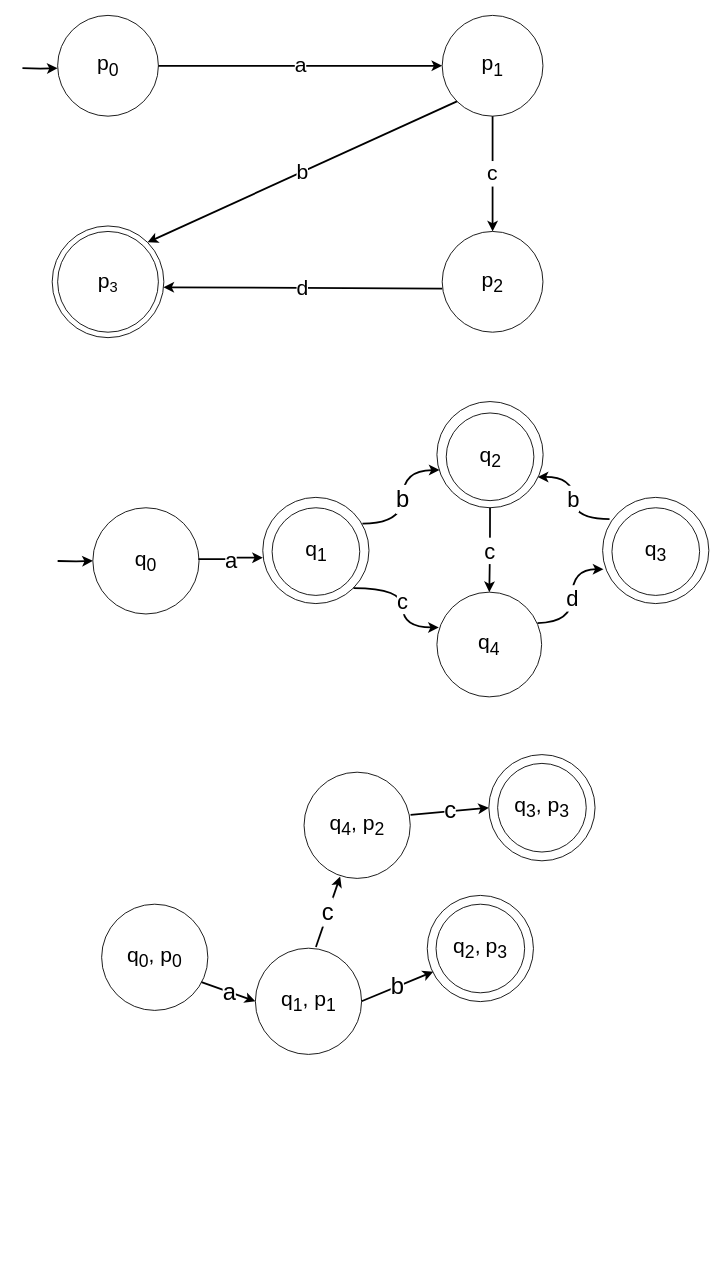
Before: thesisdrawing.drawio in olliglorioso/datasets, a draw.io diagram. Source tidied: cells renumbered, new cells numbered last; positions are measured from the earlier drawing's top-left corner, leaving out a move shared by most shapes. Both pictures are drawn from the tidied source at 88%, with x=0, y=0 at pixel (22, 15).
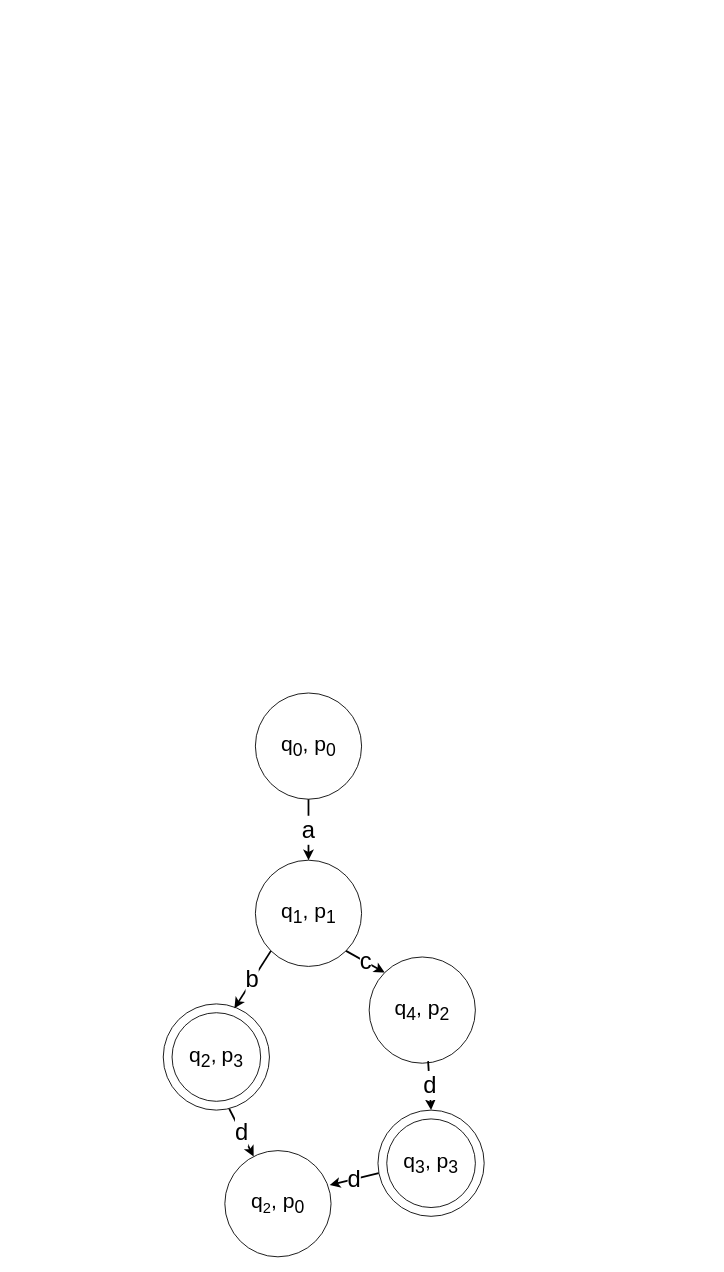
Above is the later version.

Change to the diagram source:
```diff
@@
+    <mxCell id="14" style="group;" parent="1" vertex="1">
+      <mxGeometry x="80" y="440" width="700" height="450.7" as="geometry" />
+    </mxCell>
+    <mxCell id="33" value="&lt;span style=&quot;font-size: 24px;&quot;&gt;q&lt;sub&gt;0&lt;/sub&gt;, p&lt;sub&gt;0&lt;/sub&gt;&lt;/span&gt;" style="ellipse;whiteSpace=wrap;html=1;" parent="14" vertex="1">
+      <mxGeometry x="184.7" y="330" width="120.7" height="120.7" as="geometry" />
+    </mxCell>
     <mxCell id="2" style="ellipse;whiteSpace=wrap;html=1;fillColor=none;" parent="1" vertex="1">
-      <mxGeometry x="470" y="1010" width="100.7" height="100.7" as="geometry" />
+      <mxGeometry x="170" y="1133.3" width="100.7" height="100.7" as="geometry" />
     </mxCell>
     <mxCell id="3" value="&lt;span style=&quot;font-size: 24px;&quot;&gt;q&lt;sub&gt;4&lt;/sub&gt;, p&lt;sub&gt;2&lt;br&gt;&lt;/sub&gt;&lt;/span&gt;" style="ellipse;whiteSpace=wrap;html=1;fillColor=none;" parent="1" vertex="1">
-      <mxGeometry x="320" y="860" width="120.7" height="120.7" as="geometry" />
+      <mxGeometry x="394" y="1070" width="120.7" height="120.7" as="geometry" />
     </mxCell>
-    <mxCell id="4" style="group;" parent="1" vertex="1">
-      <mxGeometry x="40" width="570" height="366.2" as="geometry" />
-    </mxCell>
-    <mxCell id="5" value="&lt;span style=&quot;font-size: 24px;&quot;&gt;p&lt;sub&gt;0&lt;/sub&gt;&lt;/span&gt;" style="ellipse;whiteSpace=wrap;html=1;" parent="4" vertex="1">
-      <mxGeometry width="114.5" height="114.5" as="geometry" />
-    </mxCell>
-    <mxCell id="6" value="&lt;span style=&quot;font-size: 24px;&quot;&gt;p&lt;sub&gt;1&lt;/sub&gt;&lt;/span&gt;" style="ellipse;whiteSpace=wrap;html=1;" parent="4" vertex="1">
-      <mxGeometry x="437" width="114.5" height="114.5" as="geometry" />
-    </mxCell>
-    <mxCell id="7" value="&lt;span style=&quot;font-size: 24px;&quot;&gt;p&lt;sub&gt;2&lt;/sub&gt;&lt;/span&gt;" style="ellipse;whiteSpace=wrap;html=1;" parent="4" vertex="1">
-      <mxGeometry x="437" y="245.5" width="114.5" height="114.5" as="geometry" />
-    </mxCell>
-    <mxCell id="8" value="&lt;span style=&quot;font-size: 24px;&quot;&gt;p&lt;/span&gt;&lt;span style=&quot;font-size: 20px;&quot;&gt;&lt;sub&gt;3&lt;/sub&gt;&lt;/span&gt;" style="ellipse;whiteSpace=wrap;html=1;" parent="4" vertex="1">
-      <mxGeometry y="245.5" width="114.5" height="114.5" as="geometry" />
-    </mxCell>
-    <mxCell id="9" value="&lt;font style=&quot;font-size: 24px;&quot;&gt;a&lt;/font&gt;" style="endArrow=classic;html=1;rounded=0;entryX=0;entryY=0.5;entryDx=0;entryDy=0;exitX=1;exitY=0.5;exitDx=0;exitDy=0;strokeWidth=2;startArrow=none;startFill=0;endFill=1;" parent="4" edge="1" source="5" target="6">
-      <mxGeometry relative="1" as="geometry" />
-    </mxCell>
-    <mxCell id="10" value="&lt;font style=&quot;font-size: 24px;&quot;&gt;d&lt;/font&gt;" style="endArrow=none;html=1;rounded=0;entryX=0;entryY=0.5;entryDx=0;entryDy=0;strokeWidth=2;startArrow=classic;startFill=1;exitX=0.996;exitY=0.549;exitDx=0;exitDy=0;exitPerimeter=0;" parent="4" edge="1" source="13">
-      <mxGeometry relative="1" as="geometry">
-        <mxPoint x="437" y="310.4" as="targetPoint" />
-      </mxGeometry>
-    </mxCell>
-    <mxCell id="11" value="&lt;font style=&quot;font-size: 24px;&quot;&gt;c&lt;/font&gt;" style="endArrow=none;html=1;rounded=0;entryX=0.5;entryY=1;entryDx=0;entryDy=0;exitX=0.5;exitY=0;exitDx=0;exitDy=0;strokeWidth=2;endFill=0;startArrow=classic;startFill=1;" parent="4" edge="1" source="7" target="6">
-      <mxGeometry relative="1" as="geometry" />
-    </mxCell>
-    <mxCell id="12" value="&lt;font style=&quot;font-size: 24px;&quot;&gt;b&lt;/font&gt;" style="endArrow=none;html=1;rounded=0;entryX=0;entryY=1;entryDx=0;entryDy=0;exitX=1;exitY=0;exitDx=0;exitDy=0;strokeWidth=2;startArrow=classic;startFill=1;" parent="4" edge="1" source="13" target="6">
-      <mxGeometry relative="1" as="geometry" />
-    </mxCell>
-    <mxCell id="13" style="ellipse;whiteSpace=wrap;html=1;fillColor=none;" parent="4" vertex="1">
-      <mxGeometry x="-6.2" y="239.3" width="126.9" height="126.9" as="geometry" />
-    </mxCell>
-    <mxCell id="14" style="group;" parent="1" vertex="1">
-      <mxGeometry x="80" y="440" width="700" height="350" as="geometry" />
-    </mxCell>
-    <mxCell id="15" value="&lt;span style=&quot;font-size: 24px;&quot;&gt;q&lt;sub&gt;0&lt;/sub&gt;&lt;/span&gt;" style="ellipse;whiteSpace=wrap;html=1;" parent="14" vertex="1">
-      <mxGeometry y="119.5" width="120.7" height="120.7" as="geometry" />
-    </mxCell>
-    <mxCell id="16" style="group;" parent="14" vertex="1">
-      <mxGeometry x="203.7" y="119.5" width="110.1" height="122.8" as="geometry" />
-    </mxCell>
-    <mxCell id="17" value="&lt;span style=&quot;font-size: 24px;&quot;&gt;q&lt;sub&gt;1&lt;/sub&gt;&lt;/span&gt;" style="ellipse;whiteSpace=wrap;html=1;strokeColor=default;strokeWidth=1;" parent="16" vertex="1">
-      <mxGeometry width="99.6" height="99.6" as="geometry" />
-    </mxCell>
-    <mxCell id="18" style="ellipse;whiteSpace=wrap;html=1;fillColor=none;" parent="14" vertex="1">
-      <mxGeometry x="193.1" y="107.7" width="120.7" height="120.7" as="geometry" />
-    </mxCell>
-    <mxCell id="19" style="group;" parent="14" vertex="1">
-      <mxGeometry x="401.6" y="11.8" width="110.1" height="122.8" as="geometry" />
-    </mxCell>
-    <mxCell id="20" value="&lt;span style=&quot;font-size: 24px;&quot;&gt;q&lt;sub&gt;2&lt;/sub&gt;&lt;/span&gt;" style="ellipse;whiteSpace=wrap;html=1;strokeColor=default;strokeWidth=1;" parent="19" vertex="1">
-      <mxGeometry width="99.6" height="99.6" as="geometry" />
-    </mxCell>
-    <mxCell id="21" style="ellipse;whiteSpace=wrap;html=1;fillColor=none;" parent="19" vertex="1">
-      <mxGeometry x="-10.6" y="-13" width="120.7" height="120.7" as="geometry" />
-    </mxCell>
-    <mxCell id="22" style="group;" parent="14" vertex="1">
-      <mxGeometry x="589.9" y="119.5" width="110.1" height="122.8" as="geometry" />
-    </mxCell>
-    <mxCell id="23" value="&lt;span style=&quot;font-size: 24px;&quot;&gt;q&lt;sub&gt;3&lt;/sub&gt;&lt;/span&gt;" style="ellipse;whiteSpace=wrap;html=1;strokeColor=default;strokeWidth=1;" parent="22" vertex="1">
-      <mxGeometry width="99.6" height="99.6" as="geometry" />
-    </mxCell>
-    <mxCell id="24" style="ellipse;whiteSpace=wrap;html=1;fillColor=none;" parent="22" vertex="1">
-      <mxGeometry x="-10.6" y="-11.8" width="120.7" height="120.7" as="geometry" />
-    </mxCell>
-    <mxCell id="25" value="&lt;span style=&quot;font-size: 24px;&quot;&gt;q&lt;sub&gt;4&lt;/sub&gt;&lt;/span&gt;" style="ellipse;whiteSpace=wrap;html=1;" parent="14" vertex="1">
-      <mxGeometry x="391" y="215.4" width="119" height="119" as="geometry" />
-    </mxCell>
-    <mxCell id="26" value="&lt;font style=&quot;font-size: 25px;&quot;&gt;c&lt;/font&gt;" style="edgeStyle=orthogonalEdgeStyle;rounded=0;jettySize=auto;html=1;exitX=1;exitY=1;exitDx=0;exitDy=0;entryX=0.018;entryY=0.337;entryDx=0;entryDy=0;entryPerimeter=0;strokeWidth=2;curved=1;" parent="14" edge="1" source="18" target="25">
-      <mxGeometry relative="1" as="geometry" />
-    </mxCell>
-    <mxCell id="27" value="&lt;font style=&quot;font-size: 25px;&quot;&gt;a&lt;/font&gt;" style="edgeStyle=orthogonalEdgeStyle;rounded=0;jettySize=auto;html=1;exitX=0.994;exitY=0.483;exitDx=0;exitDy=0;entryX=0.001;entryY=0.568;entryDx=0;entryDy=0;entryPerimeter=0;strokeWidth=2;exitPerimeter=0;" parent="14" edge="1" source="15" target="18">
-      <mxGeometry relative="1" as="geometry" />
-    </mxCell>
-    <mxCell id="28" value="&lt;font style=&quot;font-size: 27px;&quot;&gt;b&lt;/font&gt;" style="edgeStyle=orthogonalEdgeStyle;rounded=0;jettySize=auto;html=1;exitX=0.938;exitY=0.247;exitDx=0;exitDy=0;entryX=0.025;entryY=0.645;entryDx=0;entryDy=0;entryPerimeter=0;strokeWidth=2;exitPerimeter=0;curved=1;" parent="14" edge="1" source="18" target="21">
-      <mxGeometry relative="1" as="geometry" />
-    </mxCell>
-    <mxCell id="29" value="&lt;font style=&quot;font-size: 25px;&quot;&gt;c&lt;/font&gt;" style="edgeStyle=orthogonalEdgeStyle;rounded=0;jettySize=auto;html=1;exitX=0.5;exitY=1;exitDx=0;exitDy=0;entryX=0.5;entryY=0;entryDx=0;entryDy=0;strokeWidth=2;curved=1;" parent="14" edge="1" source="21" target="25">
-      <mxGeometry relative="1" as="geometry" />
-    </mxCell>
-    <mxCell id="30" value="&lt;font style=&quot;font-size: 25px;&quot;&gt;b&lt;/font&gt;" style="edgeStyle=orthogonalEdgeStyle;rounded=0;jettySize=auto;html=1;exitX=0.065;exitY=0.205;exitDx=0;exitDy=0;entryX=0.949;entryY=0.71;entryDx=0;entryDy=0;strokeWidth=2;exitPerimeter=0;entryPerimeter=0;curved=1;" parent="14" edge="1" source="24" target="21">
-      <mxGeometry relative="1" as="geometry" />
-    </mxCell>
-    <mxCell id="31" value="&lt;font style=&quot;font-size: 25px;&quot;&gt;d&lt;/font&gt;" style="edgeStyle=orthogonalEdgeStyle;rounded=0;jettySize=auto;html=1;exitX=0.96;exitY=0.295;exitDx=0;exitDy=0;entryX=0.008;entryY=0.676;entryDx=0;entryDy=0;strokeWidth=2;exitPerimeter=0;entryPerimeter=0;curved=1;" parent="14" edge="1" source="25" target="24">
-      <mxGeometry relative="1" as="geometry" />
-    </mxCell>
-    <mxCell id="32" style="edgeStyle=orthogonalEdgeStyle;rounded=0;jettySize=auto;html=1;entryX=0;entryY=0.5;entryDx=0;entryDy=0;strokeWidth=2;" parent="1" edge="1" target="15">
-      <mxGeometry relative="1" as="geometry">
-        <mxPoint x="40" y="620" as="sourcePoint" />
-      </mxGeometry>
-    </mxCell>
-    <mxCell id="33" value="&lt;span style=&quot;font-size: 24px;&quot;&gt;q&lt;sub&gt;0&lt;/sub&gt;, p&lt;sub&gt;0&lt;/sub&gt;&lt;/span&gt;" style="ellipse;whiteSpace=wrap;html=1;" parent="1" vertex="1">
-      <mxGeometry x="90" y="1010" width="120.7" height="120.7" as="geometry" />
-    </mxCell>
-    <mxCell id="34" style="edgeStyle=orthogonalEdgeStyle;rounded=0;orthogonalLoop=1;jettySize=auto;html=1;entryX=0;entryY=0.5;entryDx=0;entryDy=0;strokeWidth=2;" parent="1" edge="1">
-      <mxGeometry relative="1" as="geometry">
-        <mxPoint y="60" as="sourcePoint" />
-        <mxPoint x="40" y="60" as="targetPoint" />
-      </mxGeometry>
-    </mxCell>
     <mxCell id="35" value="&lt;span style=&quot;font-size: 24px;&quot;&gt;q&lt;sub&gt;1&lt;/sub&gt;, p&lt;sub&gt;1&lt;/sub&gt;&lt;/span&gt;" style="ellipse;whiteSpace=wrap;html=1;" parent="1" vertex="1">
-      <mxGeometry x="264.7" y="1060" width="120.7" height="120.7" as="geometry" />
+      <mxGeometry x="264.7" y="960" width="120.7" height="120.7" as="geometry" />
     </mxCell>
-    <mxCell id="36" value="&lt;font style=&quot;font-size: 27px;&quot;&gt;a&lt;/font&gt;" style="endArrow=classic;html=1;rounded=0;entryX=0;entryY=0.5;entryDx=0;entryDy=0;exitX=0.94;exitY=0.733;exitDx=0;exitDy=0;strokeWidth=2;startArrow=none;startFill=0;endFill=1;exitPerimeter=0;" parent="1" edge="1" source="33" target="35">
+    <mxCell id="36" value="&lt;font style=&quot;font-size: 27px;&quot;&gt;a&lt;/font&gt;" style="endArrow=classic;html=1;rounded=0;entryX=0.5;entryY=0;entryDx=0;entryDy=0;exitX=0.5;exitY=1;exitDx=0;exitDy=0;strokeWidth=2;startArrow=none;startFill=0;endFill=1;" parent="1" edge="1" source="33" target="35">
       <mxGeometry relative="1" as="geometry" />
     </mxCell>
     <mxCell id="37" value="&lt;span style=&quot;font-size: 24px;&quot;&gt;q&lt;sub&gt;2&lt;/sub&gt;,&lt;sub&gt; &lt;/sub&gt;p&lt;sub&gt;3&lt;/sub&gt;&lt;/span&gt;" style="ellipse;whiteSpace=wrap;html=1;fillColor=none;" parent="1" vertex="1">
-      <mxGeometry x="460" y="1000" width="120.7" height="120.7" as="geometry" />
+      <mxGeometry x="160" y="1123.3" width="120.7" height="120.7" as="geometry" />
     </mxCell>
-    <mxCell id="38" value="&lt;font style=&quot;font-size: 27px;&quot;&gt;b&lt;/font&gt;" style="endArrow=classic;html=1;rounded=0;entryX=0.057;entryY=0.718;entryDx=0;entryDy=0;exitX=1;exitY=0.5;exitDx=0;exitDy=0;strokeWidth=2;startArrow=none;startFill=0;endFill=1;entryPerimeter=0;" parent="1" edge="1" source="35" target="37">
+    <mxCell id="38" value="&lt;font style=&quot;font-size: 27px;&quot;&gt;b&lt;/font&gt;" style="endArrow=classic;html=1;rounded=0;exitX=0;exitY=1;exitDx=0;exitDy=0;strokeWidth=2;startArrow=none;startFill=0;endFill=1;entryX=0.67;entryY=0.041;entryDx=0;entryDy=0;entryPerimeter=0;" parent="1" edge="1" source="35" target="37">
       <mxGeometry relative="1" as="geometry" />
     </mxCell>
     <mxCell id="39" style="ellipse;whiteSpace=wrap;html=1;fillColor=none;" parent="1" vertex="1">
-      <mxGeometry x="540" y="850" width="100.7" height="100.7" as="geometry" />
+      <mxGeometry x="414" y="1254" width="100.7" height="100.7" as="geometry" />
     </mxCell>
     <mxCell id="40" value="&lt;span style=&quot;font-size: 24px;&quot;&gt;q&lt;sub&gt;3&lt;/sub&gt;, p&lt;sub&gt;3&lt;br&gt;&lt;/sub&gt;&lt;/span&gt;" style="ellipse;whiteSpace=wrap;html=1;fillColor=none;" parent="1" vertex="1">
-      <mxGeometry x="530" y="840" width="120.7" height="120.7" as="geometry" />
+      <mxGeometry x="404" y="1244" width="120.7" height="120.7" as="geometry" />
     </mxCell>
-    <mxCell id="41" value="&lt;font style=&quot;font-size: 27px;&quot;&gt;c&lt;br&gt;&lt;/font&gt;" style="endArrow=classic;html=1;rounded=0;exitX=0.57;exitY=-0.012;exitDx=0;exitDy=0;strokeWidth=2;startArrow=none;startFill=0;endFill=1;entryX=0.34;entryY=0.982;entryDx=0;entryDy=0;entryPerimeter=0;exitPerimeter=0;" parent="1" edge="1" source="35" target="3">
+    <mxCell id="41" value="&lt;font style=&quot;font-size: 27px;&quot;&gt;c&lt;br&gt;&lt;/font&gt;" style="endArrow=classic;html=1;rounded=0;strokeWidth=2;startArrow=none;startFill=0;endFill=1;entryX=0;entryY=0;entryDx=0;entryDy=0;exitX=1;exitY=1;exitDx=0;exitDy=0;" parent="1" edge="1" source="35" target="3">
       <mxGeometry relative="1" as="geometry" />
     </mxCell>
-    <mxCell id="42" value="&lt;font style=&quot;font-size: 27px;&quot;&gt;c&lt;br&gt;&lt;/font&gt;" style="endArrow=classic;html=1;rounded=0;entryX=0;entryY=0.5;entryDx=0;entryDy=0;exitX=1.003;exitY=0.402;exitDx=0;exitDy=0;strokeWidth=2;startArrow=none;startFill=0;endFill=1;exitPerimeter=0;" parent="1" edge="1" source="3" target="40">
+    <mxCell id="42" value="&lt;font style=&quot;font-size: 27px;&quot;&gt;d&lt;br&gt;&lt;/font&gt;" style="endArrow=classic;html=1;rounded=0;entryX=0.5;entryY=0;entryDx=0;entryDy=0;exitX=0.555;exitY=0.98;exitDx=0;exitDy=0;strokeWidth=2;startArrow=none;startFill=0;endFill=1;exitPerimeter=0;" parent="1" edge="1" source="3" target="40">
       <mxGeometry relative="1" as="geometry" />
     </mxCell>
+    <mxCell id="43" value="&lt;span style=&quot;font-size: 24px;&quot;&gt;q&lt;/span&gt;&lt;span style=&quot;font-size: 20px;&quot;&gt;&lt;sub&gt;2&lt;/sub&gt;&lt;/span&gt;&lt;span style=&quot;font-size: 24px;&quot;&gt;, p&lt;sub&gt;0&lt;/sub&gt;&lt;/span&gt;&lt;sub style=&quot;font-size: 24px;&quot;&gt;&lt;br&gt;&lt;/sub&gt;" style="ellipse;whiteSpace=wrap;html=1;fillColor=none;" parent="1" vertex="1">
+      <mxGeometry x="230" y="1290" width="120.7" height="120.7" as="geometry" />
+    </mxCell>
+    <mxCell id="44" value="&lt;font style=&quot;font-size: 27px;&quot;&gt;d&lt;br&gt;&lt;/font&gt;" style="endArrow=classic;html=1;rounded=0;entryX=0.987;entryY=0.325;entryDx=0;entryDy=0;exitX=0.007;exitY=0.594;exitDx=0;exitDy=0;strokeWidth=2;startArrow=none;startFill=0;endFill=1;exitPerimeter=0;entryPerimeter=0;" parent="1" edge="1" source="40" target="43">
+      <mxGeometry relative="1" as="geometry" />
+    </mxCell>
+    <mxCell id="45" value="&lt;font style=&quot;font-size: 27px;&quot;&gt;d&lt;br&gt;&lt;/font&gt;" style="endArrow=classic;html=1;rounded=0;exitX=0.621;exitY=0.987;exitDx=0;exitDy=0;strokeWidth=2;startArrow=none;startFill=0;endFill=1;exitPerimeter=0;" parent="1" edge="1" source="37" target="43">
+      <mxGeometry relative="1" as="geometry" />
+    </mxCell>
```
